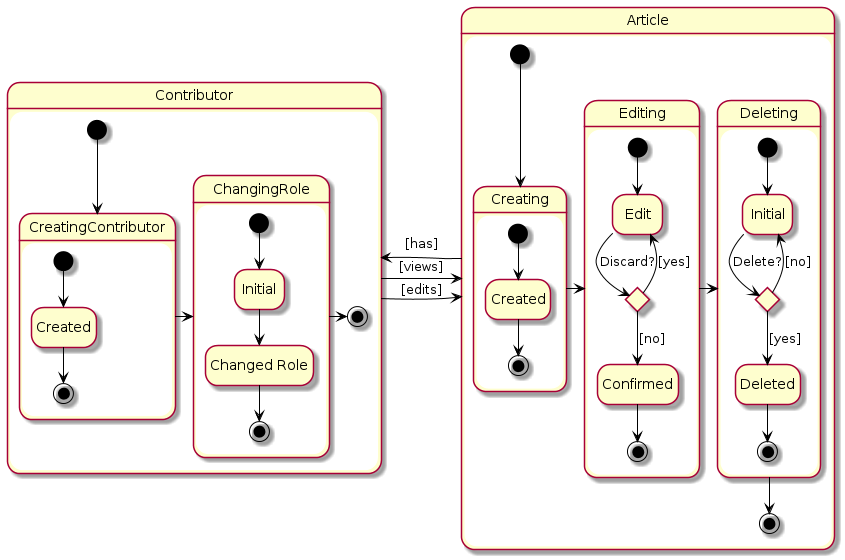
This is documentation/ArticleStateDiagram.png from HU-SD-SV2PRFED-studenten-2021/prfed_2021-v2b-2, a PlantUML export, as it was before one commit.
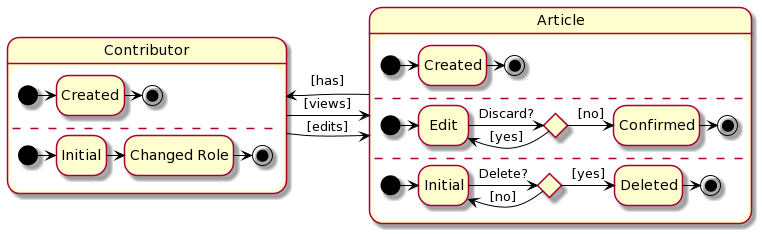
The same diagram one commit later.

The edit, as a diff of the source:
```diff
@@ -3,65 +3,48 @@
 	hide empty description
 	skinparam arrowColor black
 
-	state Creating {
-		state "Created" as cr
+	state "Created" as cr
 
-		[*] --> cr
-		cr --> [*]
-	}
+	[*] -right-> cr
+	cr -right-> [*]
+	--
 
-	state Editing {
-		state "Edit" as e
-		state "Confirmed" as c
-		state d <<choice>>
+	state "Edit" as e
+	state "Confirmed" as c
+	state d <<choice>>
 
-		[*] --> e
-		e --> d:Discard?
-		d --> c:[no]
-		d --> e:[yes]
-		c --> [*]
-	}
-
-	state Deleting {
-		state del <<choice>>
-		state "Initial" as i2
-		state "Deleted" as dtd
-		[*] --> i2
-		i2 --> del:Delete?
-		del --> dtd:[yes]
-		del -up-> i2:[no]
-		dtd --> [*]
-	}
-
-	[*] --> Creating
-	Creating -right-> Editing
-	Editing -right-> Deleting
-	Deleting --> [*]
+	[*] -right-> e
+	e -right-> d:Discard?
+	d -right-> c:[no]
+	d -left-> e:[yes]
+	c -right-> [*]
+	--
+	state del <<choice>>
+	state "Initial" as i2
+	state "Deleted" as dtd
+	[*] -right-> i2
+	i2 -right-> del:Delete?
+	del -right-> dtd:[yes]
+	del -left-> i2:[no]
+	dtd -right-> [*]
 
 }
 state Contributor {
 	hide empty description
 	skinparam arrowColor black
 
-	state CreatingContributor {
-		state "Created" as cC
+	state "Created" as cC
 
-		[*] --> cC
-		cC --> [*]
-	}
+	[*] -right-> cC
+	cC -right-> [*]
+	--
+	state "Initial" as cIn
+	state "Changed Role" as cCr
 
-	state ChangingRole {
-		state "Initial" as cIn
-		state "Changed Role" as cCr
+	[*] -right-> cIn
+	cIn -right-> cCr
+	cCr -right-> [*]
 
-		[*] --> cIn
-		cIn --> cCr
-		cCr --> [*]
-	}
-
-	[*] --> CreatingContributor
-	CreatingContributor -right-> ChangingRole
-	ChangingRole -right-> [*]
 }
 Contributor -right-> Article:[edits]
 Contributor -right-> Article:[views]
```
